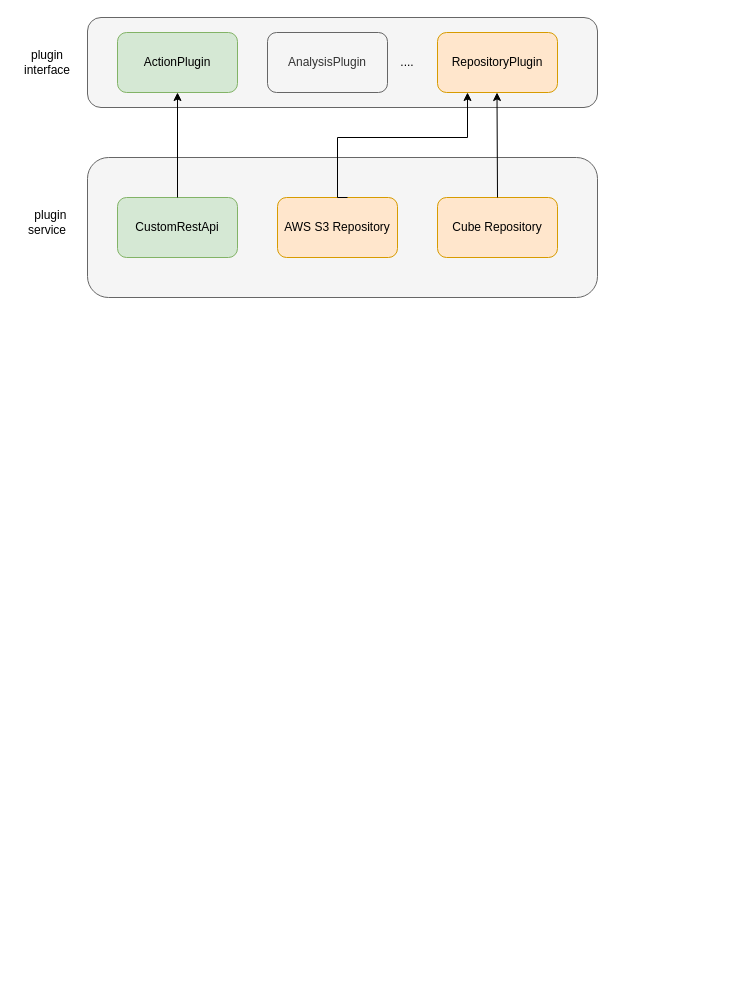
This is elasticsearch/cubefs/未命名绘图.drawio from kingskipper/design, a draw.io file, before an edit. Source tidied: cells renumbered, new cells numbered last; positions are measured from the earlier drawing's top-left corner, leaving out a move shared by most shapes. Both pictures are drawn from the tidied source at 100%, with x=0, y=0 at pixel (17, 17).
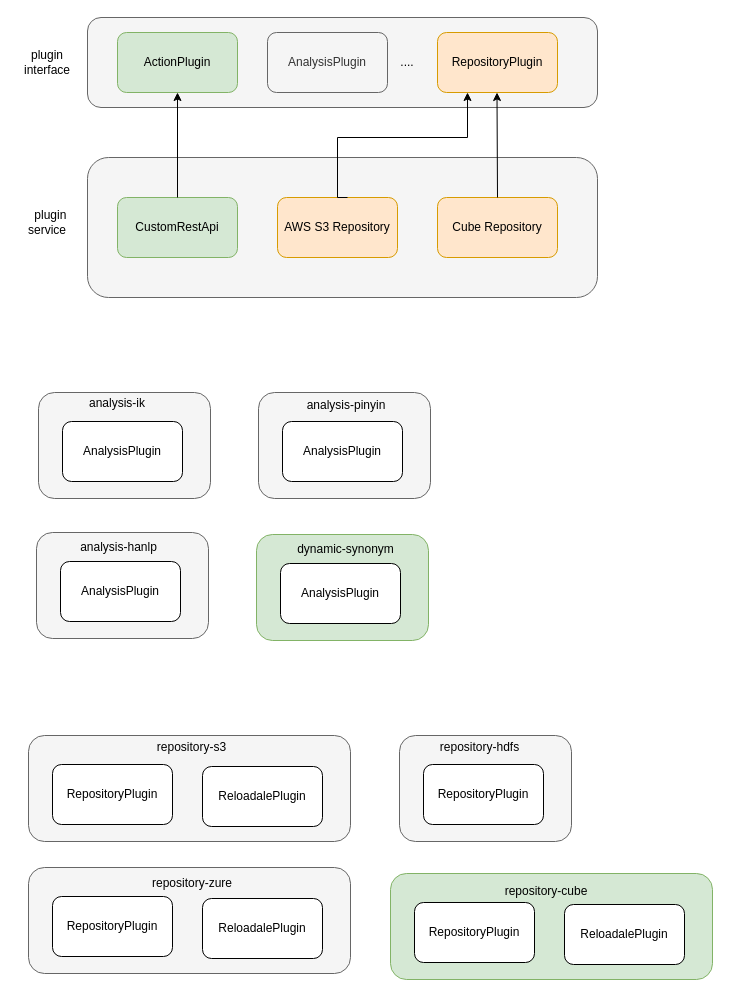
The same diagram, later.

Commit message:
更新未命名绘图.drawio

Change to the diagram source:
```diff
@@
+    <mxCell id="16" style="rounded=1;whiteSpace=wrap;html=1;fillColor=#f5f5f5;fontColor=#333333;strokeColor=#666666;" parent="1" vertex="1">
+      <mxGeometry x="21" y="375" width="172" height="106" as="geometry" />
+    </mxCell>
+    <mxCell id="17" value="analysis-ik" style="text;html=1;strokeColor=none;fillColor=none;align=center;verticalAlign=middle;whiteSpace=wrap;rounded=0;" parent="1" vertex="1">
+      <mxGeometry x="70" y="371" width="60" height="30" as="geometry" />
+    </mxCell>
+    <mxCell id="18" value="AnalysisPlugin" style="rounded=1;whiteSpace=wrap;html=1;" parent="1" vertex="1">
+      <mxGeometry x="45" y="404" width="120" height="60" as="geometry" />
+    </mxCell>
+    <mxCell id="19" style="rounded=1;whiteSpace=wrap;html=1;fillColor=#f5f5f5;fontColor=#333333;strokeColor=#666666;" parent="1" vertex="1">
+      <mxGeometry x="241" y="375" width="172" height="106" as="geometry" />
+    </mxCell>
+    <mxCell id="20" value="analysis-pinyin" style="text;html=1;strokeColor=none;fillColor=none;align=center;verticalAlign=middle;whiteSpace=wrap;rounded=0;" parent="1" vertex="1">
+      <mxGeometry x="278" y="373" width="102" height="30" as="geometry" />
+    </mxCell>
+    <mxCell id="21" value="AnalysisPlugin" style="rounded=1;whiteSpace=wrap;html=1;" parent="1" vertex="1">
+      <mxGeometry x="265" y="404" width="120" height="60" as="geometry" />
+    </mxCell>
+    <mxCell id="22" style="rounded=1;whiteSpace=wrap;html=1;fillColor=#f5f5f5;fontColor=#333333;strokeColor=#666666;" parent="1" vertex="1">
+      <mxGeometry x="19" y="515" width="172" height="106" as="geometry" />
+    </mxCell>
+    <mxCell id="23" value="analysis-hanlp" style="text;html=1;strokeColor=none;fillColor=none;align=center;verticalAlign=middle;whiteSpace=wrap;rounded=0;" parent="1" vertex="1">
+      <mxGeometry x="57" y="515" width="89" height="30" as="geometry" />
+    </mxCell>
+    <mxCell id="24" value="AnalysisPlugin" style="rounded=1;whiteSpace=wrap;html=1;" parent="1" vertex="1">
+      <mxGeometry x="43" y="544" width="120" height="60" as="geometry" />
+    </mxCell>
+    <mxCell id="25" style="rounded=1;whiteSpace=wrap;html=1;fillColor=#f5f5f5;fontColor=#333333;strokeColor=#666666;" parent="1" vertex="1">
+      <mxGeometry x="11" y="718" width="322" height="106" as="geometry" />
+    </mxCell>
+    <mxCell id="26" value="repository-s3" style="text;html=1;strokeColor=none;fillColor=none;align=center;verticalAlign=middle;whiteSpace=wrap;rounded=0;" parent="1" vertex="1">
+      <mxGeometry x="134" y="715" width="81" height="30" as="geometry" />
+    </mxCell>
+    <mxCell id="27" value="RepositoryPlugin" style="rounded=1;whiteSpace=wrap;html=1;" parent="1" vertex="1">
+      <mxGeometry x="35" y="747" width="120" height="60" as="geometry" />
+    </mxCell>
+    <mxCell id="28" value="ReloadalePlugin" style="rounded=1;whiteSpace=wrap;html=1;" parent="1" vertex="1">
+      <mxGeometry x="185" y="749" width="120" height="60" as="geometry" />
+    </mxCell>
+    <mxCell id="29" style="rounded=1;whiteSpace=wrap;html=1;fillColor=#f5f5f5;fontColor=#333333;strokeColor=#666666;" parent="1" vertex="1">
+      <mxGeometry x="11" y="850" width="322" height="106" as="geometry" />
+    </mxCell>
+    <mxCell id="30" value="repository-zure" style="text;html=1;strokeColor=none;fillColor=none;align=center;verticalAlign=middle;whiteSpace=wrap;rounded=0;" parent="1" vertex="1">
+      <mxGeometry x="126" y="851" width="98" height="30" as="geometry" />
+    </mxCell>
+    <mxCell id="31" value="RepositoryPlugin" style="rounded=1;whiteSpace=wrap;html=1;" parent="1" vertex="1">
+      <mxGeometry x="35" y="879" width="120" height="60" as="geometry" />
+    </mxCell>
+    <mxCell id="32" value="ReloadalePlugin" style="rounded=1;whiteSpace=wrap;html=1;" parent="1" vertex="1">
+      <mxGeometry x="185" y="881" width="120" height="60" as="geometry" />
+    </mxCell>
+    <mxCell id="33" style="rounded=1;whiteSpace=wrap;html=1;fillColor=#d5e8d4;strokeColor=#82b366;" parent="1" vertex="1">
+      <mxGeometry x="373" y="856" width="322" height="106" as="geometry" />
+    </mxCell>
+    <mxCell id="34" value="RepositoryPlugin" style="rounded=1;whiteSpace=wrap;html=1;" parent="1" vertex="1">
+      <mxGeometry x="397" y="885" width="120" height="60" as="geometry" />
+    </mxCell>
+    <mxCell id="35" value="ReloadalePlugin" style="rounded=1;whiteSpace=wrap;html=1;" parent="1" vertex="1">
+      <mxGeometry x="547" y="887" width="120" height="60" as="geometry" />
+    </mxCell>
+    <mxCell id="36" value="repository-cube" style="text;html=1;strokeColor=none;fillColor=none;align=center;verticalAlign=middle;whiteSpace=wrap;rounded=0;" parent="1" vertex="1">
+      <mxGeometry x="480" y="859" width="98" height="30" as="geometry" />
+    </mxCell>
+    <mxCell id="37" style="rounded=1;whiteSpace=wrap;html=1;fillColor=#f5f5f5;fontColor=#333333;strokeColor=#666666;" parent="1" vertex="1">
+      <mxGeometry x="382" y="718" width="172" height="106" as="geometry" />
+    </mxCell>
+    <mxCell id="38" value="repository-hdfs" style="text;html=1;strokeColor=none;fillColor=none;align=center;verticalAlign=middle;whiteSpace=wrap;rounded=0;" parent="1" vertex="1">
+      <mxGeometry x="416" y="715" width="93" height="30" as="geometry" />
+    </mxCell>
+    <mxCell id="39" value="RepositoryPlugin" style="rounded=1;whiteSpace=wrap;html=1;" parent="1" vertex="1">
+      <mxGeometry x="406" y="747" width="120" height="60" as="geometry" />
+    </mxCell>
+    <mxCell id="40" style="rounded=1;whiteSpace=wrap;html=1;fillColor=#d5e8d4;strokeColor=#82b366;" parent="1" vertex="1">
+      <mxGeometry x="239" y="517" width="172" height="106" as="geometry" />
+    </mxCell>
+    <mxCell id="41" value="dynamic-synonym" style="text;html=1;strokeColor=none;fillColor=none;align=center;verticalAlign=middle;whiteSpace=wrap;rounded=0;" parent="1" vertex="1">
+      <mxGeometry x="277" y="517" width="103" height="30" as="geometry" />
+    </mxCell>
+    <mxCell id="42" value="AnalysisPlugin" style="rounded=1;whiteSpace=wrap;html=1;" parent="1" vertex="1">
+      <mxGeometry x="263" y="546" width="120" height="60" as="geometry" />
+    </mxCell>
```
